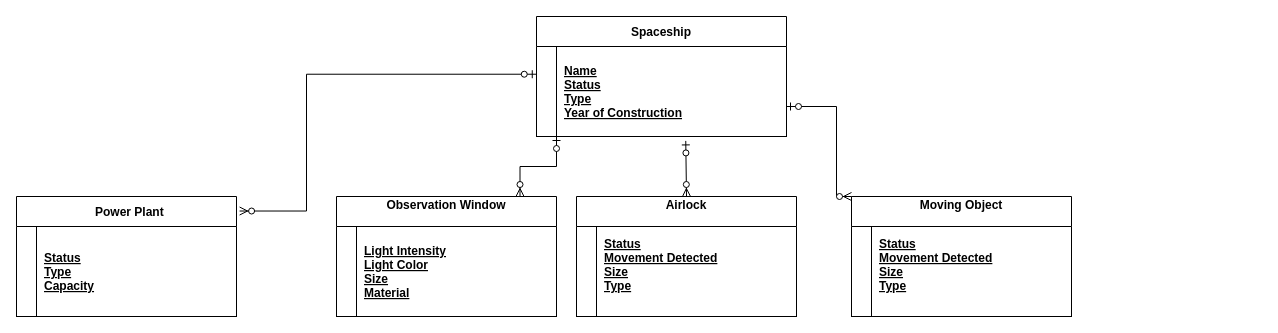
Before: infological diagram.drawio in sc09012/Bases-de-datos-ITM, a draw.io diagram. Source tidied: cells renumbered, new cells numbered last; positions are measured from the earlier drawing's top-left corner, leaving out a move shared by most shapes. Both pictures are drawn from the tidied source at 100%, with x=0, y=0 at pixel (16, 16).
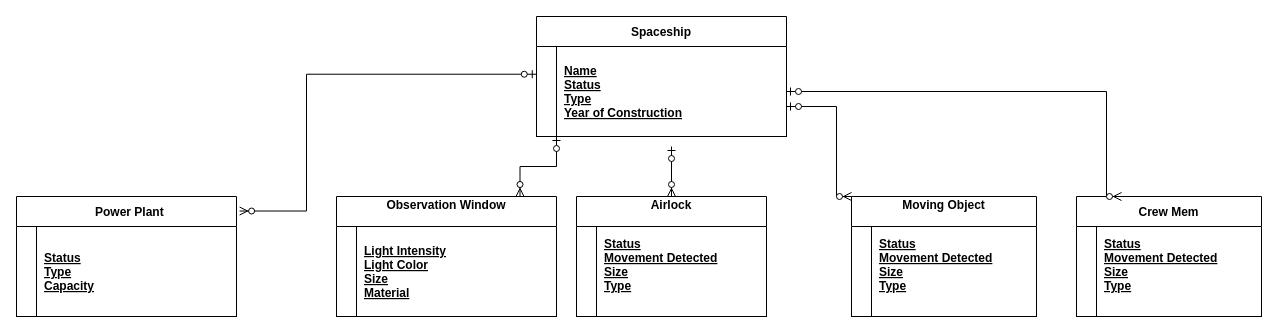
After the change.

Unchanged cells that the change refers to:
```xml
<mxCell id="3" style="shape=partialRectangle;fillColor=none;points=[[0,0.5],[1,0.5]];portConstraint=eastwest;top=0;left=0;right=0;bottom=1;" parent="2" vertex="1">
  <mxGeometry y="30" width="250" height="90" as="geometry" />
</mxCell>
```

What changed in the source:
```diff
@@
     <mxCell id="16" value="Airlock&#10;" style="shape=table;startSize=30;childLayout=tableLayout;rowLines=0;fontStyle=1;align=center;" parent="1" vertex="1">
-      <mxGeometry x="560" y="180" width="220" height="120" as="geometry" />
+      <mxGeometry x="560" y="180" width="190" height="120" as="geometry" />
     </mxCell>
     <mxCell id="17" style="shape=partialRectangle;fillColor=none;top=0;left=0;right=0;bottom=1;" parent="16" vertex="1">
-      <mxGeometry y="30" width="220" height="90" as="geometry" />
+      <mxGeometry y="30" width="190" height="90" as="geometry" />
     </mxCell>
@@
     <mxCell id="19" value="Status&#10;Movement Detected&#10;Size&#10;Type&#10;" style="shape=partialRectangle;overflow=hidden;fillColor=none;top=0;left=0;bottom=0;right=0;align=left;spacingLeft=6;fontStyle=5;" parent="17" vertex="1">
-      <mxGeometry x="20" width="200" height="90" as="geometry" />
+      <mxGeometry x="20" width="170" height="90" as="geometry" />
     </mxCell>
     <mxCell id="20" value="Moving Object&#10;" style="shape=table;startSize=30;childLayout=tableLayout;rowLines=0;fontStyle=1;align=center;" parent="1" vertex="1">
-      <mxGeometry x="835" y="180" width="220" height="120" as="geometry" />
+      <mxGeometry x="835" y="180" width="185" height="120" as="geometry" />
     </mxCell>
     <mxCell id="21" style="shape=partialRectangle;fillColor=none;top=0;left=0;right=0;bottom=1;" parent="20" vertex="1">
-      <mxGeometry y="30" width="220" height="90" as="geometry" />
+      <mxGeometry y="30" width="185" height="90" as="geometry" />
     </mxCell>
@@
     <mxCell id="23" value="Status&#10;Movement Detected&#10;Size&#10;Type&#10;" style="shape=partialRectangle;overflow=hidden;fillColor=none;top=0;left=0;bottom=0;right=0;align=left;spacingLeft=6;fontStyle=5;" parent="21" vertex="1">
-      <mxGeometry x="20" width="200" height="90" as="geometry" />
+      <mxGeometry x="20" width="165" height="90" as="geometry" />
     </mxCell>
-    <mxCell id="24" style="fontSize=12;html=1;endArrow=ERzeroToMany;startArrow=ERzeroToOne;rounded=0;entryX=0.5;entryY=0;entryDx=0;entryDy=0;exitX=0.597;exitY=1.049;exitDx=0;exitDy=0;exitPerimeter=0;" parent="1" edge="1" source="3" target="16">
-      <mxGeometry relative="1" as="geometry" />
+    <mxCell id="24" style="fontSize=12;html=1;endArrow=ERzeroToMany;startArrow=ERzeroToOne;rounded=0;entryX=0.5;entryY=0;entryDx=0;entryDy=0;" parent="1" edge="1" target="16">
+      <mxGeometry relative="1" as="geometry">
+        <mxPoint x="655" y="130" as="sourcePoint" />
+      </mxGeometry>
     </mxCell>
@@
+    <mxCell id="26" value="Crew Mem" style="shape=table;startSize=30;childLayout=tableLayout;rowLines=0;fontStyle=1;align=center;" parent="1" vertex="1">
+      <mxGeometry x="1060" y="180" width="185" height="120" as="geometry" />
+    </mxCell>
+    <mxCell id="27" style="shape=partialRectangle;fillColor=none;top=0;left=0;right=0;bottom=1;" parent="26" vertex="1">
+      <mxGeometry y="30" width="185" height="90" as="geometry" />
+    </mxCell>
+    <mxCell id="28" style="shape=partialRectangle;overflow=hidden;fillColor=none;top=0;left=0;bottom=0;right=0;fontStyle=1;" parent="27" vertex="1">
+      <mxGeometry width="20" height="90" as="geometry" />
+    </mxCell>
+    <mxCell id="29" value="Status&#10;Movement Detected&#10;Size&#10;Type&#10;" style="shape=partialRectangle;overflow=hidden;fillColor=none;top=0;left=0;bottom=0;right=0;align=left;spacingLeft=6;fontStyle=5;" parent="27" vertex="1">
+      <mxGeometry x="20" width="165" height="90" as="geometry" />
+    </mxCell>
+    <mxCell id="30" style="fontSize=12;html=1;endArrow=ERzeroToMany;startArrow=ERzeroToOne;rounded=0;entryX=0;entryY=0;entryDx=0;entryDy=0;edgeStyle=elbowEdgeStyle;" parent="1" edge="1" source="3">
+      <mxGeometry relative="1" as="geometry">
+        <mxPoint x="1105" y="180" as="targetPoint" />
+        <Array as="points">
+          <mxPoint x="1090" y="130" />
+        </Array>
+      </mxGeometry>
+    </mxCell>
```
